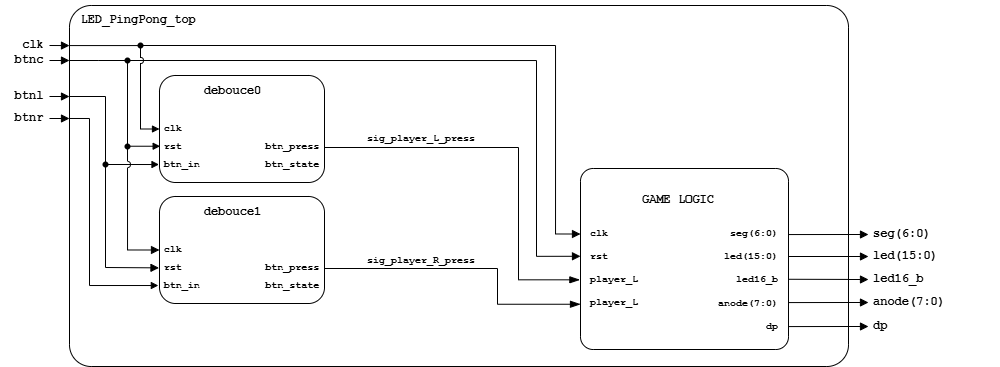
This is img/Schéma.png from 270931/DE1-Projekt, a draw.io export, as it was before one commit. Source tidied: cells renumbered, new cells last; positions are measured from the earlier drawing's top-left corner, leaving out a move shared by most shapes.
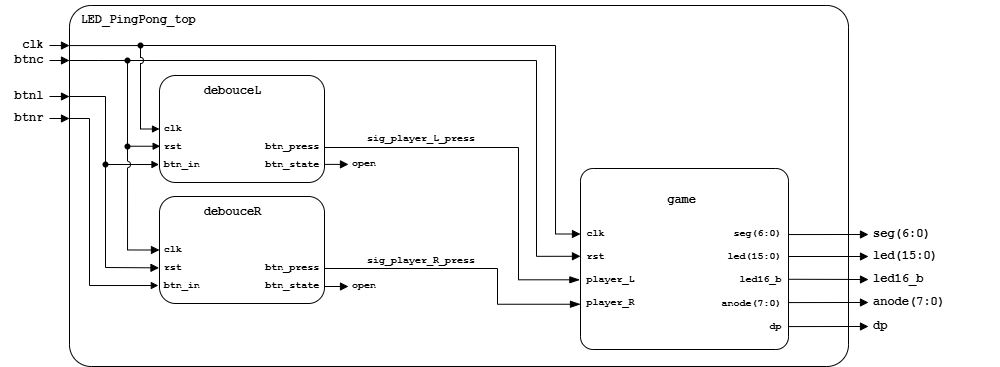
Later version of the same file.

Change to the diagram source:
```diff
@@ -40,7 +40,7 @@
     <mxCell id="10" value="&lt;p&gt;&lt;font face=&quot;Courier New&quot;&gt;&lt;b&gt;btnr&lt;/b&gt;&lt;/font&gt;&lt;/p&gt;" style="text;html=1;whiteSpace=wrap;strokeColor=none;fillColor=none;align=center;verticalAlign=middle;rounded=0;fontFamily=Courier New;" parent="1" vertex="1">
       <mxGeometry y="98" width="60" height="30" as="geometry" />
     </mxCell>
-    <mxCell id="11" value="&lt;div style=&quot;text-align: left;&quot;&gt;&lt;table&gt;&lt;tbody&gt;&lt;tr&gt;&lt;td&gt;&lt;font style=&quot;font-size: 10px;&quot;&gt;&lt;br&gt;&lt;/font&gt;&lt;/td&gt;&lt;td&gt;&lt;font style=&quot;line-height: 140%;&quot;&gt;debouce0&lt;br&gt;&lt;br&gt;&lt;/font&gt;&lt;/td&gt;&lt;td&gt;&lt;font style=&quot;font-size: 10px;&quot;&gt;&lt;br&gt;&lt;/font&gt;&lt;/td&gt;&lt;/tr&gt;&lt;tr&gt;&lt;td&gt;&lt;font style=&quot;font-size: 10px;&quot;&gt;clk&lt;/font&gt;&lt;/td&gt;&lt;td&gt;&lt;font style=&quot;font-size: 10px;&quot;&gt;&lt;br&gt;&lt;/font&gt;&lt;/td&gt;&lt;td&gt;&lt;font style=&quot;font-size: 10px;&quot;&gt;&lt;br&gt;&lt;/font&gt;&lt;/td&gt;&lt;/tr&gt;&lt;tr&gt;&lt;td&gt;&lt;font style=&quot;font-size: 10px;&quot;&gt;rst&lt;/font&gt;&lt;/td&gt;&lt;td&gt;&lt;font style=&quot;font-size: 10px;&quot;&gt;&lt;br&gt;&lt;/font&gt;&lt;/td&gt;&lt;td&gt;&lt;font style=&quot;font-size: 10px;&quot;&gt;btn_press&lt;/font&gt;&lt;/td&gt;&lt;/tr&gt;&lt;tr&gt;&lt;td&gt;&lt;font style=&quot;font-size: 10px;&quot;&gt;btn_in&lt;/font&gt;&lt;/td&gt;&lt;td&gt;&lt;font style=&quot;font-size: 10px;&quot;&gt;&amp;nbsp; &amp;nbsp;&lt;/font&gt;&lt;/td&gt;&lt;td&gt;&lt;font style=&quot;font-size: 10px;&quot;&gt;btn_state&lt;/font&gt;&lt;/td&gt;&lt;/tr&gt;&lt;/tbody&gt;&lt;/table&gt;&lt;br&gt;&lt;/div&gt;" style="rounded=1;whiteSpace=wrap;html=1;verticalAlign=top;fontFamily=Courier New;fontStyle=1;spacing=0;" parent="1" vertex="1">
+    <mxCell id="11" value="&lt;div style=&quot;text-align: left;&quot;&gt;&lt;table&gt;&lt;tbody&gt;&lt;tr&gt;&lt;td&gt;&lt;font style=&quot;font-size: 10px;&quot;&gt;&lt;br&gt;&lt;/font&gt;&lt;/td&gt;&lt;td&gt;&lt;font style=&quot;line-height: 140%;&quot;&gt;debouceL&lt;br&gt;&lt;br&gt;&lt;/font&gt;&lt;/td&gt;&lt;td&gt;&lt;font style=&quot;font-size: 10px;&quot;&gt;&lt;br&gt;&lt;/font&gt;&lt;/td&gt;&lt;/tr&gt;&lt;tr&gt;&lt;td&gt;&lt;font style=&quot;font-size: 10px;&quot;&gt;clk&lt;/font&gt;&lt;/td&gt;&lt;td&gt;&lt;font style=&quot;font-size: 10px;&quot;&gt;&lt;br&gt;&lt;/font&gt;&lt;/td&gt;&lt;td&gt;&lt;font style=&quot;font-size: 10px;&quot;&gt;&lt;br&gt;&lt;/font&gt;&lt;/td&gt;&lt;/tr&gt;&lt;tr&gt;&lt;td&gt;&lt;font style=&quot;font-size: 10px;&quot;&gt;rst&lt;/font&gt;&lt;/td&gt;&lt;td&gt;&lt;font style=&quot;font-size: 10px;&quot;&gt;&lt;br&gt;&lt;/font&gt;&lt;/td&gt;&lt;td&gt;&lt;font style=&quot;font-size: 10px;&quot;&gt;btn_press&lt;/font&gt;&lt;/td&gt;&lt;/tr&gt;&lt;tr&gt;&lt;td&gt;&lt;font style=&quot;font-size: 10px;&quot;&gt;btn_in&lt;/font&gt;&lt;/td&gt;&lt;td&gt;&lt;font style=&quot;font-size: 10px;&quot;&gt;&amp;nbsp; &amp;nbsp;&lt;/font&gt;&lt;/td&gt;&lt;td&gt;&lt;font style=&quot;font-size: 10px;&quot;&gt;btn_state&lt;/font&gt;&lt;/td&gt;&lt;/tr&gt;&lt;/tbody&gt;&lt;/table&gt;&lt;br&gt;&lt;/div&gt;" style="rounded=1;whiteSpace=wrap;html=1;verticalAlign=top;fontFamily=Courier New;fontStyle=1;spacing=0;" parent="1" vertex="1">
       <mxGeometry x="160" y="70" width="165" height="107" as="geometry" />
     </mxCell>
     <mxCell id="12" style="edgeStyle=elbowEdgeStyle;elbow=horizontal;endArrow=block;html=1;curved=0;rounded=0;endSize=5;startSize=6;endFill=1;entryX=0.004;entryY=0.661;entryDx=0;entryDy=0;entryPerimeter=0;" parent="1" edge="1" source="41" target="11">
@@ -53,7 +53,7 @@
     <mxCell id="13" style="edgeStyle=elbowEdgeStyle;elbow=horizontal;endArrow=block;html=1;curved=0;rounded=0;endSize=5;startSize=6;exitDx=0;exitDy=0;exitPerimeter=0;endFill=1;entryX=-0.003;entryY=0.832;entryDx=0;entryDy=0;entryPerimeter=0;" parent="1" edge="1" source="47" target="11">
       <mxGeometry relative="1" as="geometry" />
     </mxCell>
-    <mxCell id="14" value="&lt;div style=&quot;text-align: left;&quot;&gt;&lt;table&gt;&lt;tbody&gt;&lt;tr&gt;&lt;td&gt;&lt;font style=&quot;font-size: 10px;&quot;&gt;&lt;br&gt;&lt;/font&gt;&lt;/td&gt;&lt;td&gt;&lt;font style=&quot;line-height: 140%;&quot;&gt;debouce1&lt;br&gt;&lt;br&gt;&lt;/font&gt;&lt;/td&gt;&lt;td&gt;&lt;font style=&quot;font-size: 10px;&quot;&gt;&lt;br&gt;&lt;/font&gt;&lt;/td&gt;&lt;/tr&gt;&lt;tr&gt;&lt;td&gt;&lt;font style=&quot;font-size: 10px;&quot;&gt;clk&lt;/font&gt;&lt;/td&gt;&lt;td&gt;&lt;font style=&quot;font-size: 10px;&quot;&gt;&lt;br&gt;&lt;/font&gt;&lt;/td&gt;&lt;td&gt;&lt;font style=&quot;font-size: 10px;&quot;&gt;&lt;br&gt;&lt;/font&gt;&lt;/td&gt;&lt;/tr&gt;&lt;tr&gt;&lt;td&gt;&lt;font style=&quot;font-size: 10px;&quot;&gt;rst&lt;/font&gt;&lt;/td&gt;&lt;td&gt;&lt;font style=&quot;font-size: 10px;&quot;&gt;&lt;br&gt;&lt;/font&gt;&lt;/td&gt;&lt;td&gt;&lt;font style=&quot;font-size: 10px;&quot;&gt;btn_press&lt;/font&gt;&lt;/td&gt;&lt;/tr&gt;&lt;tr&gt;&lt;td&gt;&lt;font style=&quot;font-size: 10px;&quot;&gt;btn_in&lt;/font&gt;&lt;/td&gt;&lt;td&gt;&lt;font style=&quot;font-size: 10px;&quot;&gt;&amp;nbsp; &amp;nbsp;&lt;/font&gt;&lt;/td&gt;&lt;td&gt;&lt;font style=&quot;font-size: 10px;&quot;&gt;btn_state&lt;/font&gt;&lt;/td&gt;&lt;/tr&gt;&lt;/tbody&gt;&lt;/table&gt;&lt;br&gt;&lt;/div&gt;" style="rounded=1;whiteSpace=wrap;html=1;verticalAlign=top;fontFamily=Courier New;fontStyle=1;spacing=0;" parent="1" vertex="1">
+    <mxCell id="14" value="&lt;div style=&quot;text-align: left;&quot;&gt;&lt;table&gt;&lt;tbody&gt;&lt;tr&gt;&lt;td&gt;&lt;font style=&quot;font-size: 10px;&quot;&gt;&lt;br&gt;&lt;/font&gt;&lt;/td&gt;&lt;td&gt;&lt;font style=&quot;line-height: 140%;&quot;&gt;debouceR&lt;br&gt;&lt;br&gt;&lt;/font&gt;&lt;/td&gt;&lt;td&gt;&lt;font style=&quot;font-size: 10px;&quot;&gt;&lt;br&gt;&lt;/font&gt;&lt;/td&gt;&lt;/tr&gt;&lt;tr&gt;&lt;td&gt;&lt;font style=&quot;font-size: 10px;&quot;&gt;clk&lt;/font&gt;&lt;/td&gt;&lt;td&gt;&lt;font style=&quot;font-size: 10px;&quot;&gt;&lt;br&gt;&lt;/font&gt;&lt;/td&gt;&lt;td&gt;&lt;font style=&quot;font-size: 10px;&quot;&gt;&lt;br&gt;&lt;/font&gt;&lt;/td&gt;&lt;/tr&gt;&lt;tr&gt;&lt;td&gt;&lt;font style=&quot;font-size: 10px;&quot;&gt;rst&lt;/font&gt;&lt;/td&gt;&lt;td&gt;&lt;font style=&quot;font-size: 10px;&quot;&gt;&lt;br&gt;&lt;/font&gt;&lt;/td&gt;&lt;td&gt;&lt;font style=&quot;font-size: 10px;&quot;&gt;btn_press&lt;/font&gt;&lt;/td&gt;&lt;/tr&gt;&lt;tr&gt;&lt;td&gt;&lt;font style=&quot;font-size: 10px;&quot;&gt;btn_in&lt;/font&gt;&lt;/td&gt;&lt;td&gt;&lt;font style=&quot;font-size: 10px;&quot;&gt;&amp;nbsp; &amp;nbsp;&lt;/font&gt;&lt;/td&gt;&lt;td&gt;&lt;font style=&quot;font-size: 10px;&quot;&gt;btn_state&lt;/font&gt;&lt;/td&gt;&lt;/tr&gt;&lt;/tbody&gt;&lt;/table&gt;&lt;br&gt;&lt;/div&gt;" style="rounded=1;whiteSpace=wrap;html=1;verticalAlign=top;fontFamily=Courier New;fontStyle=1;spacing=0;" parent="1" vertex="1">
       <mxGeometry x="160" y="191" width="165" height="107" as="geometry" />
     </mxCell>
     <mxCell id="15" style="edgeStyle=elbowEdgeStyle;elbow=horizontal;endArrow=block;html=1;curved=0;rounded=0;endSize=5;startSize=6;exitX=0;exitY=0.313;exitDx=0;exitDy=0;exitPerimeter=0;endFill=1;entryX=-0.007;entryY=0.832;entryDx=0;entryDy=0;entryPerimeter=0;" parent="1" edge="1" source="2" target="14">
@@ -118,7 +118,7 @@
     <mxCell id="27" value="&lt;p&gt;&lt;font face=&quot;Courier New&quot;&gt;&lt;b&gt;dp&lt;/b&gt;&lt;/font&gt;&lt;/p&gt;" style="text;html=1;whiteSpace=wrap;strokeColor=none;fillColor=none;align=left;verticalAlign=middle;rounded=0;fontFamily=Courier New;" parent="17" vertex="1">
       <mxGeometry x="23" y="92" width="128" height="30" as="geometry" />
     </mxCell>
-    <mxCell id="28" value="&lt;font face=&quot;Courier New&quot; style=&quot;font-size: 16px;&quot;&gt;&lt;b style=&quot;&quot;&gt;&lt;/b&gt;&lt;/font&gt;&lt;table&gt;&lt;tbody&gt;&lt;tr&gt;&lt;td&gt;&lt;br&gt;&lt;/td&gt;&lt;td&gt;&lt;b&gt;&lt;font face=&quot;Courier New&quot;&gt;GAME LOGIC&lt;/font&gt;&lt;/b&gt;&lt;/td&gt;&lt;td&gt;&lt;br&gt;&lt;br&gt;&lt;br&gt;&lt;/td&gt;&lt;/tr&gt;&lt;tr&gt;&lt;td style=&quot;text-align: left;&quot;&gt;&lt;font style=&quot;font-size: 10px;&quot; face=&quot;Courier New&quot;&gt;&lt;b&gt;clk&lt;/b&gt;&lt;/font&gt;&lt;/td&gt;&lt;td&gt;&lt;font style=&quot;font-size: 10px;&quot; face=&quot;Courier New&quot;&gt;&lt;b&gt;&amp;nbsp; &amp;nbsp; &amp;nbsp; &amp;nbsp; &amp;nbsp; &amp;nbsp;&lt;/b&gt;&lt;/font&gt;&lt;/td&gt;&lt;td style=&quot;text-align: right;&quot;&gt;&lt;font style=&quot;font-size: 10px;&quot; face=&quot;Courier New&quot;&gt;&lt;b&gt;seg(6:0)&lt;/b&gt;&lt;/font&gt;&lt;/td&gt;&lt;/tr&gt;&lt;tr style=&quot;line-height: 170%;&quot;&gt;&lt;td style=&quot;text-align: left;&quot;&gt;&lt;font style=&quot;font-size: 10px; line-height: 170%;&quot; face=&quot;Courier New&quot;&gt;&lt;b&gt;rst&lt;/b&gt;&lt;/font&gt;&lt;/td&gt;&lt;td&gt;&lt;font style=&quot;font-size: 10px;&quot; face=&quot;Courier New&quot;&gt;&lt;b&gt;&lt;br&gt;&lt;/b&gt;&lt;/font&gt;&lt;/td&gt;&lt;td style=&quot;text-align: right;&quot;&gt;&lt;font style=&quot;font-size: 10px; line-height: 170%;&quot; face=&quot;Courier New&quot;&gt;&lt;b&gt;led(15:0)&lt;/b&gt;&lt;/font&gt;&lt;/td&gt;&lt;/tr&gt;&lt;tr&gt;&lt;td style=&quot;text-align: left;&quot;&gt;&lt;b style=&quot;font-family: &amp;quot;Courier New&amp;quot;; font-size: 10px;&quot;&gt;player_L&lt;/b&gt;&lt;/td&gt;&lt;td&gt;&lt;font style=&quot;font-size: 10px;&quot; face=&quot;Courier New&quot;&gt;&lt;b&gt;&lt;br&gt;&lt;/b&gt;&lt;/font&gt;&lt;/td&gt;&lt;td style=&quot;text-align: right;&quot;&gt;&lt;font style=&quot;font-size: 10px;&quot; face=&quot;Courier New&quot;&gt;&lt;b&gt;led16_b&lt;/b&gt;&lt;/font&gt;&lt;/td&gt;&lt;/tr&gt;&lt;tr style=&quot;line-height: 190%;&quot;&gt;&lt;td&gt;&lt;b style=&quot;font-family: &amp;quot;Courier New&amp;quot;; font-size: 10px; text-align: left;&quot;&gt;player_L&lt;/b&gt;&lt;font style=&quot;font-size: 10px;&quot; face=&quot;Courier New&quot;&gt;&lt;b&gt;&lt;/b&gt;&lt;/font&gt;&lt;/td&gt;&lt;td&gt;&lt;font style=&quot;font-size: 10px;&quot; face=&quot;Courier New&quot;&gt;&lt;b&gt;&lt;br&gt;&lt;/b&gt;&lt;/font&gt;&lt;/td&gt;&lt;td style=&quot;text-align: right;&quot;&gt;&lt;font style=&quot;font-size: 10px; line-height: 190%;&quot; face=&quot;Courier New&quot;&gt;&lt;b&gt;anode(7:0)&lt;/b&gt;&lt;/font&gt;&lt;/td&gt;&lt;/tr&gt;&lt;tr&gt;&lt;td&gt;&lt;font style=&quot;font-size: 10px;&quot; face=&quot;Courier New&quot;&gt;&lt;b&gt;&lt;br&gt;&lt;/b&gt;&lt;/font&gt;&lt;/td&gt;&lt;td&gt;&lt;font style=&quot;font-size: 10px;&quot; face=&quot;Courier New&quot;&gt;&lt;b&gt;&lt;br&gt;&lt;/b&gt;&lt;/font&gt;&lt;/td&gt;&lt;td style=&quot;text-align: right;&quot;&gt;&lt;font style=&quot;font-size: 10px;&quot; face=&quot;Courier New&quot;&gt;&lt;b&gt;dp&lt;/b&gt;&lt;/font&gt;&lt;/td&gt;&lt;/tr&gt;&lt;/tbody&gt;&lt;/table&gt;&lt;div&gt;&lt;font face=&quot;Courier New&quot; style=&quot;font-size: 16px;&quot;&gt;&lt;b style=&quot;&quot;&gt;&lt;/b&gt;&lt;/font&gt;&lt;/div&gt;" style="rounded=1;whiteSpace=wrap;html=1;arcSize=7;verticalAlign=top;" parent="1" vertex="1">
+    <mxCell id="28" value="&lt;font face=&quot;Courier New&quot; style=&quot;font-size: 16px;&quot;&gt;&lt;b style=&quot;&quot;&gt;&lt;/b&gt;&lt;/font&gt;&lt;table&gt;&lt;tbody&gt;&lt;tr&gt;&lt;td&gt;&lt;br&gt;&lt;/td&gt;&lt;td&gt;&lt;b&gt;&lt;font face=&quot;Courier New&quot;&gt;&amp;nbsp; &amp;nbsp; game&amp;nbsp; &amp;nbsp;&lt;/font&gt;&lt;/b&gt;&lt;/td&gt;&lt;td&gt;&lt;br&gt;&lt;br&gt;&lt;br&gt;&lt;/td&gt;&lt;/tr&gt;&lt;tr&gt;&lt;td style=&quot;text-align: left;&quot;&gt;&lt;font style=&quot;font-size: 10px;&quot; face=&quot;Courier New&quot;&gt;&lt;b&gt;clk&lt;/b&gt;&lt;/font&gt;&lt;/td&gt;&lt;td&gt;&lt;font style=&quot;font-size: 10px;&quot; face=&quot;Courier New&quot;&gt;&lt;b&gt;&amp;nbsp; &amp;nbsp; &amp;nbsp; &amp;nbsp; &amp;nbsp; &amp;nbsp;&lt;/b&gt;&lt;/font&gt;&lt;/td&gt;&lt;td style=&quot;text-align: right;&quot;&gt;&lt;font style=&quot;font-size: 10px;&quot; face=&quot;Courier New&quot;&gt;&lt;b&gt;seg(6:0)&lt;/b&gt;&lt;/font&gt;&lt;/td&gt;&lt;/tr&gt;&lt;tr style=&quot;line-height: 170%;&quot;&gt;&lt;td style=&quot;text-align: left;&quot;&gt;&lt;font style=&quot;font-size: 10px; line-height: 170%;&quot; face=&quot;Courier New&quot;&gt;&lt;b&gt;rst&lt;/b&gt;&lt;/font&gt;&lt;/td&gt;&lt;td&gt;&lt;font style=&quot;font-size: 10px;&quot; face=&quot;Courier New&quot;&gt;&lt;b&gt;&lt;br&gt;&lt;/b&gt;&lt;/font&gt;&lt;/td&gt;&lt;td style=&quot;text-align: right;&quot;&gt;&lt;font style=&quot;font-size: 10px; line-height: 170%;&quot; face=&quot;Courier New&quot;&gt;&lt;b&gt;led(15:0)&lt;/b&gt;&lt;/font&gt;&lt;/td&gt;&lt;/tr&gt;&lt;tr&gt;&lt;td style=&quot;text-align: left;&quot;&gt;&lt;b style=&quot;font-family: &amp;quot;Courier New&amp;quot;; font-size: 10px;&quot;&gt;player_L&lt;/b&gt;&lt;/td&gt;&lt;td&gt;&lt;font style=&quot;font-size: 10px;&quot; face=&quot;Courier New&quot;&gt;&lt;b&gt;&lt;br&gt;&lt;/b&gt;&lt;/font&gt;&lt;/td&gt;&lt;td style=&quot;text-align: right;&quot;&gt;&lt;font style=&quot;font-size: 10px;&quot; face=&quot;Courier New&quot;&gt;&lt;b&gt;led16_b&lt;/b&gt;&lt;/font&gt;&lt;/td&gt;&lt;/tr&gt;&lt;tr style=&quot;line-height: 190%;&quot;&gt;&lt;td&gt;&lt;b style=&quot;font-family: &amp;quot;Courier New&amp;quot;; font-size: 10px; text-align: left;&quot;&gt;player_R&lt;/b&gt;&lt;/td&gt;&lt;td&gt;&lt;font style=&quot;font-size: 10px;&quot; face=&quot;Courier New&quot;&gt;&lt;b&gt;&lt;br&gt;&lt;/b&gt;&lt;/font&gt;&lt;/td&gt;&lt;td style=&quot;text-align: right;&quot;&gt;&lt;font style=&quot;font-size: 10px; line-height: 190%;&quot; face=&quot;Courier New&quot;&gt;&lt;b&gt;anode(7:0)&lt;/b&gt;&lt;/font&gt;&lt;/td&gt;&lt;/tr&gt;&lt;tr&gt;&lt;td&gt;&lt;font style=&quot;font-size: 10px;&quot; face=&quot;Courier New&quot;&gt;&lt;b&gt;&lt;br&gt;&lt;/b&gt;&lt;/font&gt;&lt;/td&gt;&lt;td&gt;&lt;font style=&quot;font-size: 10px;&quot; face=&quot;Courier New&quot;&gt;&lt;b&gt;&lt;br&gt;&lt;/b&gt;&lt;/font&gt;&lt;/td&gt;&lt;td style=&quot;text-align: right;&quot;&gt;&lt;font style=&quot;font-size: 10px;&quot; face=&quot;Courier New&quot;&gt;&lt;b&gt;dp&lt;/b&gt;&lt;/font&gt;&lt;/td&gt;&lt;/tr&gt;&lt;/tbody&gt;&lt;/table&gt;&lt;div&gt;&lt;font face=&quot;Courier New&quot; style=&quot;font-size: 16px;&quot;&gt;&lt;b style=&quot;&quot;&gt;&lt;/b&gt;&lt;/font&gt;&lt;/div&gt;" style="rounded=1;whiteSpace=wrap;html=1;arcSize=7;verticalAlign=top;" parent="1" vertex="1">
       <mxGeometry x="581" y="163" width="208" height="181" as="geometry" />
     </mxCell>
     <mxCell id="29" style="endArrow=none;html=1;rounded=0;exitX=1.001;exitY=0.365;exitDx=0;exitDy=0;exitPerimeter=0;" parent="1" edge="1" source="28">
@@ -226,5 +226,23 @@
     <mxCell id="47" style="shape=waypoint;sketch=0;fillStyle=solid;size=6;points=[];fillColor=none;perimeter=centerPerimeter;snapToPoint=1;" parent="1" vertex="1">
       <mxGeometry x="96" y="149" width="20" height="20" as="geometry" />
     </mxCell>
+    <mxCell id="48" style="endArrow=block;html=1;rounded=0;endFill=1;" parent="1" edge="1">
+      <mxGeometry relative="1" as="geometry">
+        <mxPoint x="325" y="281" as="sourcePoint" />
+        <mxPoint x="349" y="281" as="targetPoint" />
+      </mxGeometry>
+    </mxCell>
+    <mxCell id="49" style="endArrow=block;html=1;rounded=0;endFill=1;" parent="1" edge="1">
+      <mxGeometry relative="1" as="geometry">
+        <mxPoint x="325" y="158.9" as="sourcePoint" />
+        <mxPoint x="349" y="158.9" as="targetPoint" />
+      </mxGeometry>
+    </mxCell>
+    <mxCell id="50" value="&lt;b&gt;&lt;font face=&quot;Courier New&quot; style=&quot;font-size: 10px;&quot;&gt;open&lt;/font&gt;&lt;/b&gt;" style="text;html=1;whiteSpace=wrap;strokeColor=none;fillColor=none;align=center;verticalAlign=middle;rounded=0;" parent="1" vertex="1">
+      <mxGeometry x="335" y="268.5" width="60" height="20" as="geometry" />
+    </mxCell>
+    <mxCell id="51" value="&lt;b&gt;&lt;font face=&quot;Courier New&quot; style=&quot;font-size: 10px;&quot;&gt;open&lt;/font&gt;&lt;/b&gt;" style="text;html=1;whiteSpace=wrap;strokeColor=none;fillColor=none;align=center;verticalAlign=middle;rounded=0;" parent="1" vertex="1">
+      <mxGeometry x="335" y="147" width="60" height="20" as="geometry" />
+    </mxCell>
   </root>
 </mxGraphModel>
```
